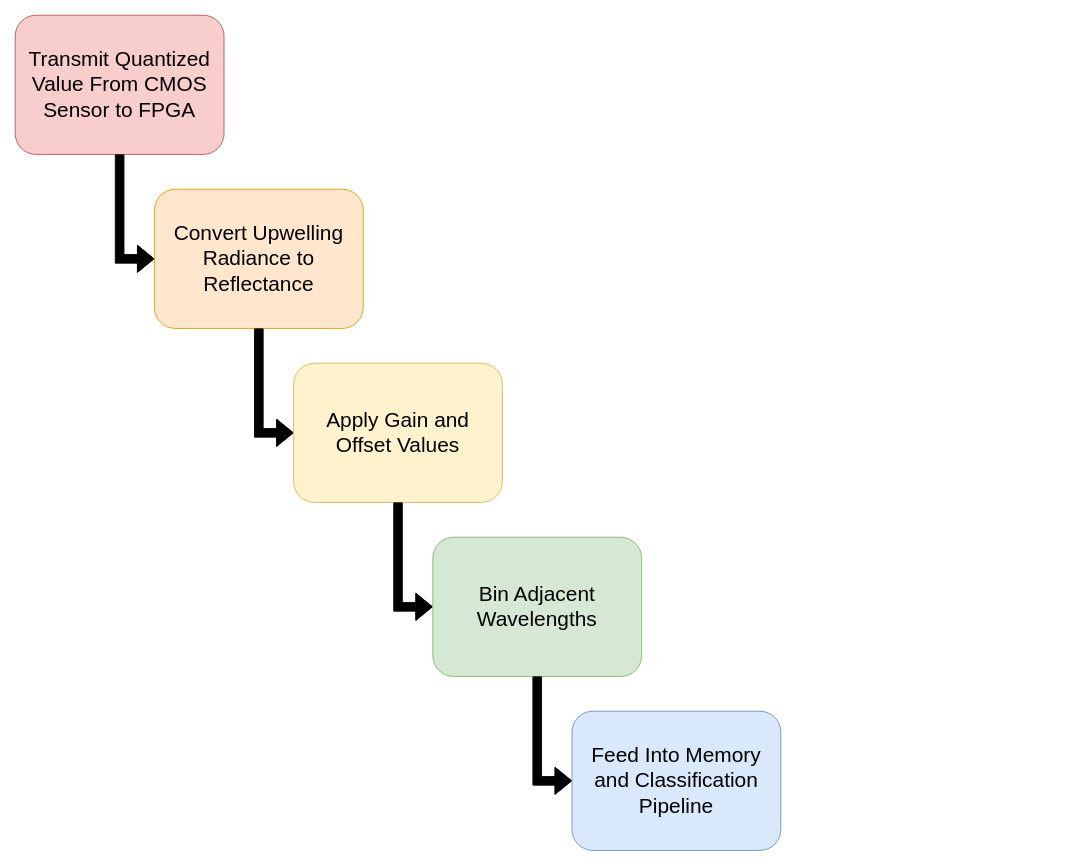
snider-lab-msu/figures keeps this draw.io diagram as processingPipeline.drawio. Above is the earlier version. Source tidied: cells renumbered, new cells numbered last; positions are measured from the earlier drawing's top-left corner, leaving out a move shared by most shapes. Both pictures are drawn from the tidied source at 87%, with x=0, y=0 at pixel (15, 15).
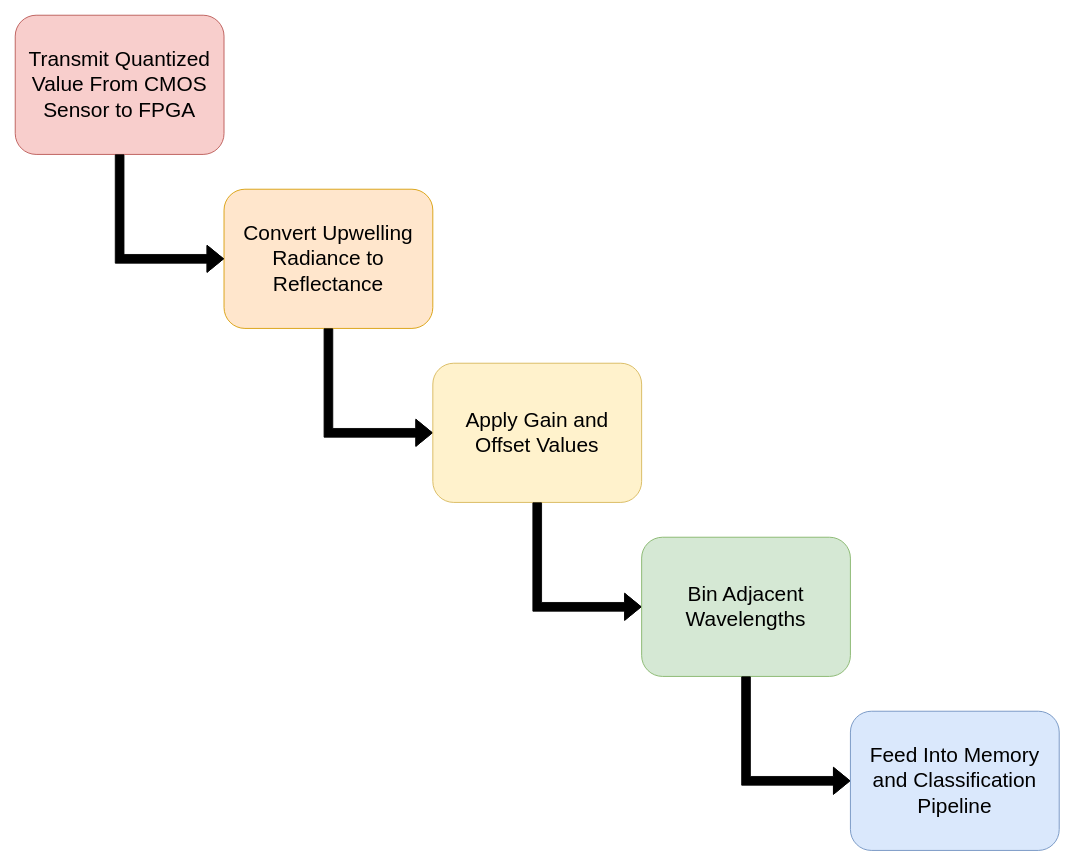
The same diagram, later.

Diff of the diagram source:
```diff
@@
     <mxCell id="2" style="rounded=1;whiteSpace=wrap;html=1;fillColor=#ffe6cc;strokeColor=#d79b00;" parent="1" vertex="1">
-      <mxGeometry x="160" y="200" width="240" height="160" as="geometry" />
+      <mxGeometry x="240" y="200" width="240" height="160" as="geometry" />
     </mxCell>
     <mxCell id="3" style="shape=flexArrow;endArrow=classic;html=1;rounded=0;fillColor=#000000;entryX=0;entryY=0.5;entryDx=0;entryDy=0;" parent="1" edge="1" target="5">
       <mxGeometry relative="1" as="geometry">
-        <mxPoint x="280" y="360" as="sourcePoint" />
+        <mxPoint x="360" y="360" as="sourcePoint" />
         <Array as="points">
-          <mxPoint x="280" y="480" />
+          <mxPoint x="360" y="480" />
         </Array>
       </mxGeometry>
     </mxCell>
     <mxCell id="4" value="Convert Upwelling Radiance to Reflectance" style="text;html=1;align=center;verticalAlign=middle;whiteSpace=wrap;rounded=0;fontSize=24;" parent="1" vertex="1">
-      <mxGeometry x="170" y="210" width="220" height="140" as="geometry" />
+      <mxGeometry x="250" y="210" width="220" height="140" as="geometry" />
     </mxCell>
     <mxCell id="5" style="rounded=1;whiteSpace=wrap;html=1;fillColor=#fff2cc;strokeColor=#d6b656;" parent="1" vertex="1">
-      <mxGeometry x="320" y="400" width="240" height="160" as="geometry" />
+      <mxGeometry x="480" y="400" width="240" height="160" as="geometry" />
     </mxCell>
-    <mxCell id="6" style="shape=flexArrow;endArrow=classic;html=1;rounded=0;fillColor=#000000;entryX=0;entryY=0.5;entryDx=0;entryDy=0;" parent="1" edge="1" target="8">
+    <mxCell id="6" style="shape=flexArrow;endArrow=classic;html=1;rounded=0;fillColor=#000000;entryX=0;entryY=0.5;entryDx=0;entryDy=0;exitX=0.5;exitY=1;exitDx=0;exitDy=0;" parent="1" edge="1" source="5" target="8">
       <mxGeometry relative="1" as="geometry">
-        <mxPoint x="440" y="560" as="sourcePoint" />
         <Array as="points">
-          <mxPoint x="440" y="680" />
+          <mxPoint x="600" y="680" />
         </Array>
       </mxGeometry>
     </mxCell>
     <mxCell id="7" value="Apply Gain and Offset Values" style="text;html=1;align=center;verticalAlign=middle;whiteSpace=wrap;rounded=0;fontSize=24;" parent="1" vertex="1">
-      <mxGeometry x="330" y="410" width="220" height="140" as="geometry" />
+      <mxGeometry x="490" y="410" width="220" height="140" as="geometry" />
     </mxCell>
     <mxCell id="8" style="rounded=1;whiteSpace=wrap;html=1;fillColor=#d5e8d4;strokeColor=#82b366;" parent="1" vertex="1">
-      <mxGeometry x="480" y="600" width="240" height="160" as="geometry" />
+      <mxGeometry x="720" y="600" width="240" height="160" as="geometry" />
     </mxCell>
-    <mxCell id="9" style="shape=flexArrow;endArrow=classic;html=1;rounded=0;fillColor=#000000;entryX=0;entryY=0.5;entryDx=0;entryDy=0;" parent="1" edge="1" target="11">
+    <mxCell id="9" style="shape=flexArrow;endArrow=classic;html=1;rounded=0;fillColor=#000000;entryX=0;entryY=0.5;entryDx=0;entryDy=0;exitX=0.5;exitY=1;exitDx=0;exitDy=0;" parent="1" edge="1" source="8" target="11">
       <mxGeometry relative="1" as="geometry">
-        <mxPoint x="600" y="760" as="sourcePoint" />
         <Array as="points">
-          <mxPoint x="600" y="880" />
+          <mxPoint x="840" y="880" />
         </Array>
       </mxGeometry>
     </mxCell>
     <mxCell id="10" value="Bin Adjacent Wavelengths" style="text;html=1;align=center;verticalAlign=middle;whiteSpace=wrap;rounded=0;fontSize=24;" parent="1" vertex="1">
-      <mxGeometry x="490" y="610" width="220" height="140" as="geometry" />
+      <mxGeometry x="730" y="610" width="220" height="140" as="geometry" />
     </mxCell>
     <mxCell id="11" style="rounded=1;whiteSpace=wrap;html=1;fillColor=#dae8fc;strokeColor=#6c8ebf;" parent="1" vertex="1">
-      <mxGeometry x="640" y="800" width="240" height="160" as="geometry" />
+      <mxGeometry x="960" y="800" width="240" height="160" as="geometry" />
     </mxCell>
     <mxCell id="12" value="Feed Into Memory and Classification Pipeline" style="text;html=1;align=center;verticalAlign=middle;whiteSpace=wrap;rounded=0;fontSize=24;" parent="1" vertex="1">
-      <mxGeometry x="650" y="810" width="220" height="140" as="geometry" />
+      <mxGeometry x="970" y="810" width="220" height="140" as="geometry" />
     </mxCell>
@@
-    <mxCell id="14" style="shape=flexArrow;endArrow=classic;html=1;rounded=0;fillColor=#000000;entryX=0;entryY=0.5;entryDx=0;entryDy=0;" parent="1" edge="1">
+    <mxCell id="14" style="shape=flexArrow;endArrow=classic;html=1;rounded=0;fillColor=#000000;entryX=0;entryY=0.5;entryDx=0;entryDy=0;" parent="1" edge="1" target="2">
       <mxGeometry relative="1" as="geometry">
         <mxPoint x="120" y="160" as="sourcePoint" />
-        <mxPoint x="160" y="280" as="targetPoint" />
         <Array as="points">
           <mxPoint x="120" y="280" />
         </Array>
       </mxGeometry>
     </mxCell>
```
